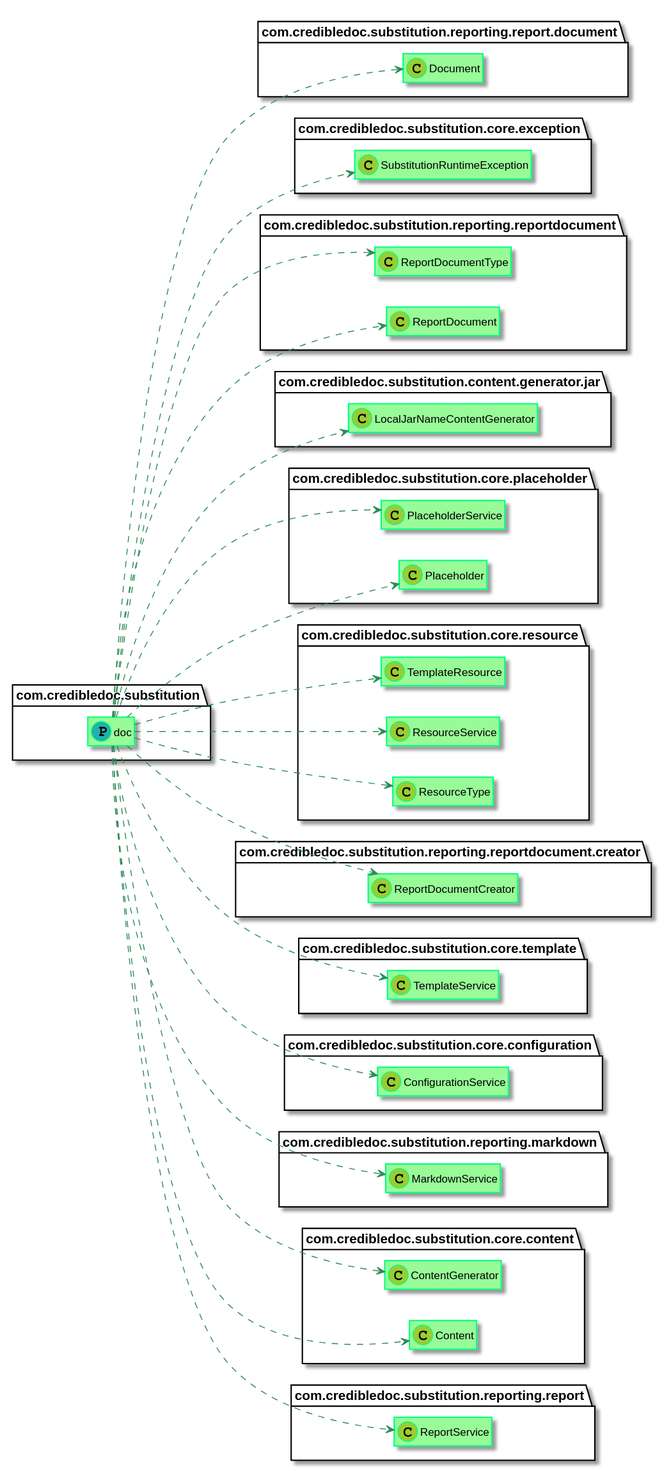
This is credible-doc-generator/doc/img/diagrams.md_5.svg from credibledoc/credible-doc, a PlantUML export, as it was before one commit.
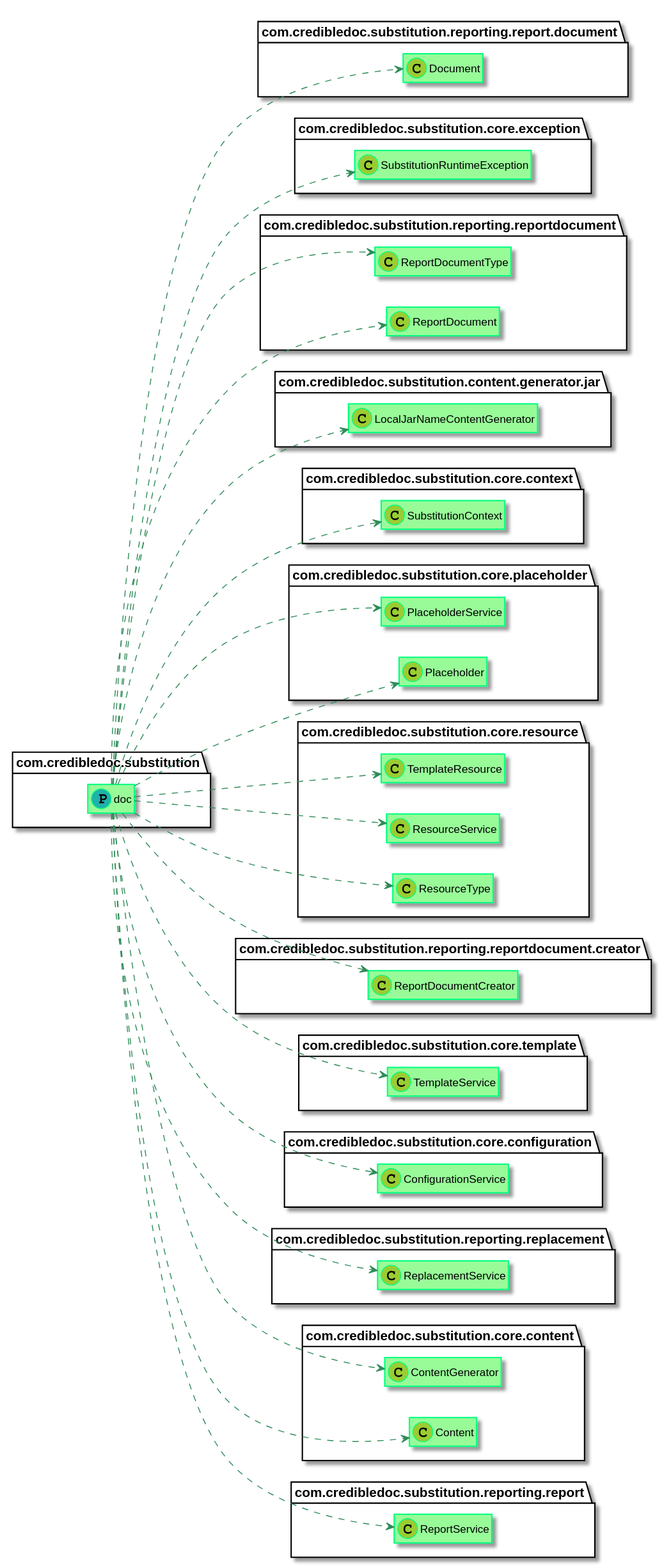
Above is the later version.

What changed in the source:
```diff
@@ -13,13 +13,14 @@
 Class com.credibledoc.substitution.core.exception.SubstitutionRuntimeException << (C,YellowGreen) >>
 Class com.credibledoc.substitution.reporting.reportdocument.ReportDocumentType << (C,YellowGreen) >>
 Class com.credibledoc.substitution.content.generator.jar.LocalJarNameContentGenerator << (C,YellowGreen) >>
+Class com.credibledoc.substitution.core.context.SubstitutionContext << (C,YellowGreen) >>
 Class com.credibledoc.substitution.core.placeholder.PlaceholderService << (C,YellowGreen) >>
 Class com.credibledoc.substitution.core.resource.TemplateResource << (C,YellowGreen) >>
 Class com.credibledoc.substitution.reporting.reportdocument.creator.ReportDocumentCreator << (C,YellowGreen) >>
 Class com.credibledoc.substitution.core.template.TemplateService << (C,YellowGreen) >>
 Class com.credibledoc.substitution.core.configuration.ConfigurationService << (C,YellowGreen) >>
-Class com.credibledoc.substitution.reporting.markdown.MarkdownService << (C,YellowGreen) >>
 Class com.credibledoc.substitution.core.resource.ResourceService << (C,YellowGreen) >>
+Class com.credibledoc.substitution.reporting.replacement.ReplacementService << (C,YellowGreen) >>
 Class com.credibledoc.substitution.core.content.ContentGenerator << (C,YellowGreen) >>
 Class com.credibledoc.substitution.core.resource.ResourceType << (C,YellowGreen) >>
 Class com.credibledoc.substitution.reporting.reportdocument.ReportDocument << (C,YellowGreen) >>
@@ -29,9 +30,9 @@
 com.credibledoc.substitution.doc ..> com.credibledoc.substitution.core.configuration.ConfigurationService
 com.credibledoc.substitution.doc ..> com.credibledoc.substitution.content.generator.jar.LocalJarNameContentGenerator
 com.credibledoc.substitution.doc ..> com.credibledoc.substitution.core.resource.TemplateResource
-com.credibledoc.substitution.doc ..> com.credibledoc.substitution.reporting.markdown.MarkdownService
 com.credibledoc.substitution.doc ..> com.credibledoc.substitution.reporting.report.document.Document
 com.credibledoc.substitution.doc ..> com.credibledoc.substitution.reporting.report.ReportService
+com.credibledoc.substitution.doc ..> com.credibledoc.substitution.core.context.SubstitutionContext
 com.credibledoc.substitution.doc ..> com.credibledoc.substitution.reporting.reportdocument.ReportDocumentType
 com.credibledoc.substitution.doc ..> com.credibledoc.substitution.core.resource.ResourceType
 com.credibledoc.substitution.doc ..> com.credibledoc.substitution.core.placeholder.PlaceholderService
@@ -40,6 +41,7 @@
 com.credibledoc.substitution.doc ..> com.credibledoc.substitution.core.content.ContentGenerator
 com.credibledoc.substitution.doc ..> com.credibledoc.substitution.core.placeholder.Placeholder
 com.credibledoc.substitution.doc ..> com.credibledoc.substitution.core.content.Content
+com.credibledoc.substitution.doc ..> com.credibledoc.substitution.reporting.replacement.ReplacementService
 com.credibledoc.substitution.doc ..> com.credibledoc.substitution.reporting.reportdocument.ReportDocument
 com.credibledoc.substitution.doc ..> com.credibledoc.substitution.reporting.reportdocument.creator.ReportDocumentCreator
 com.credibledoc.substitution.doc ..> com.credibledoc.substitution.core.exception.SubstitutionRuntimeException
```
